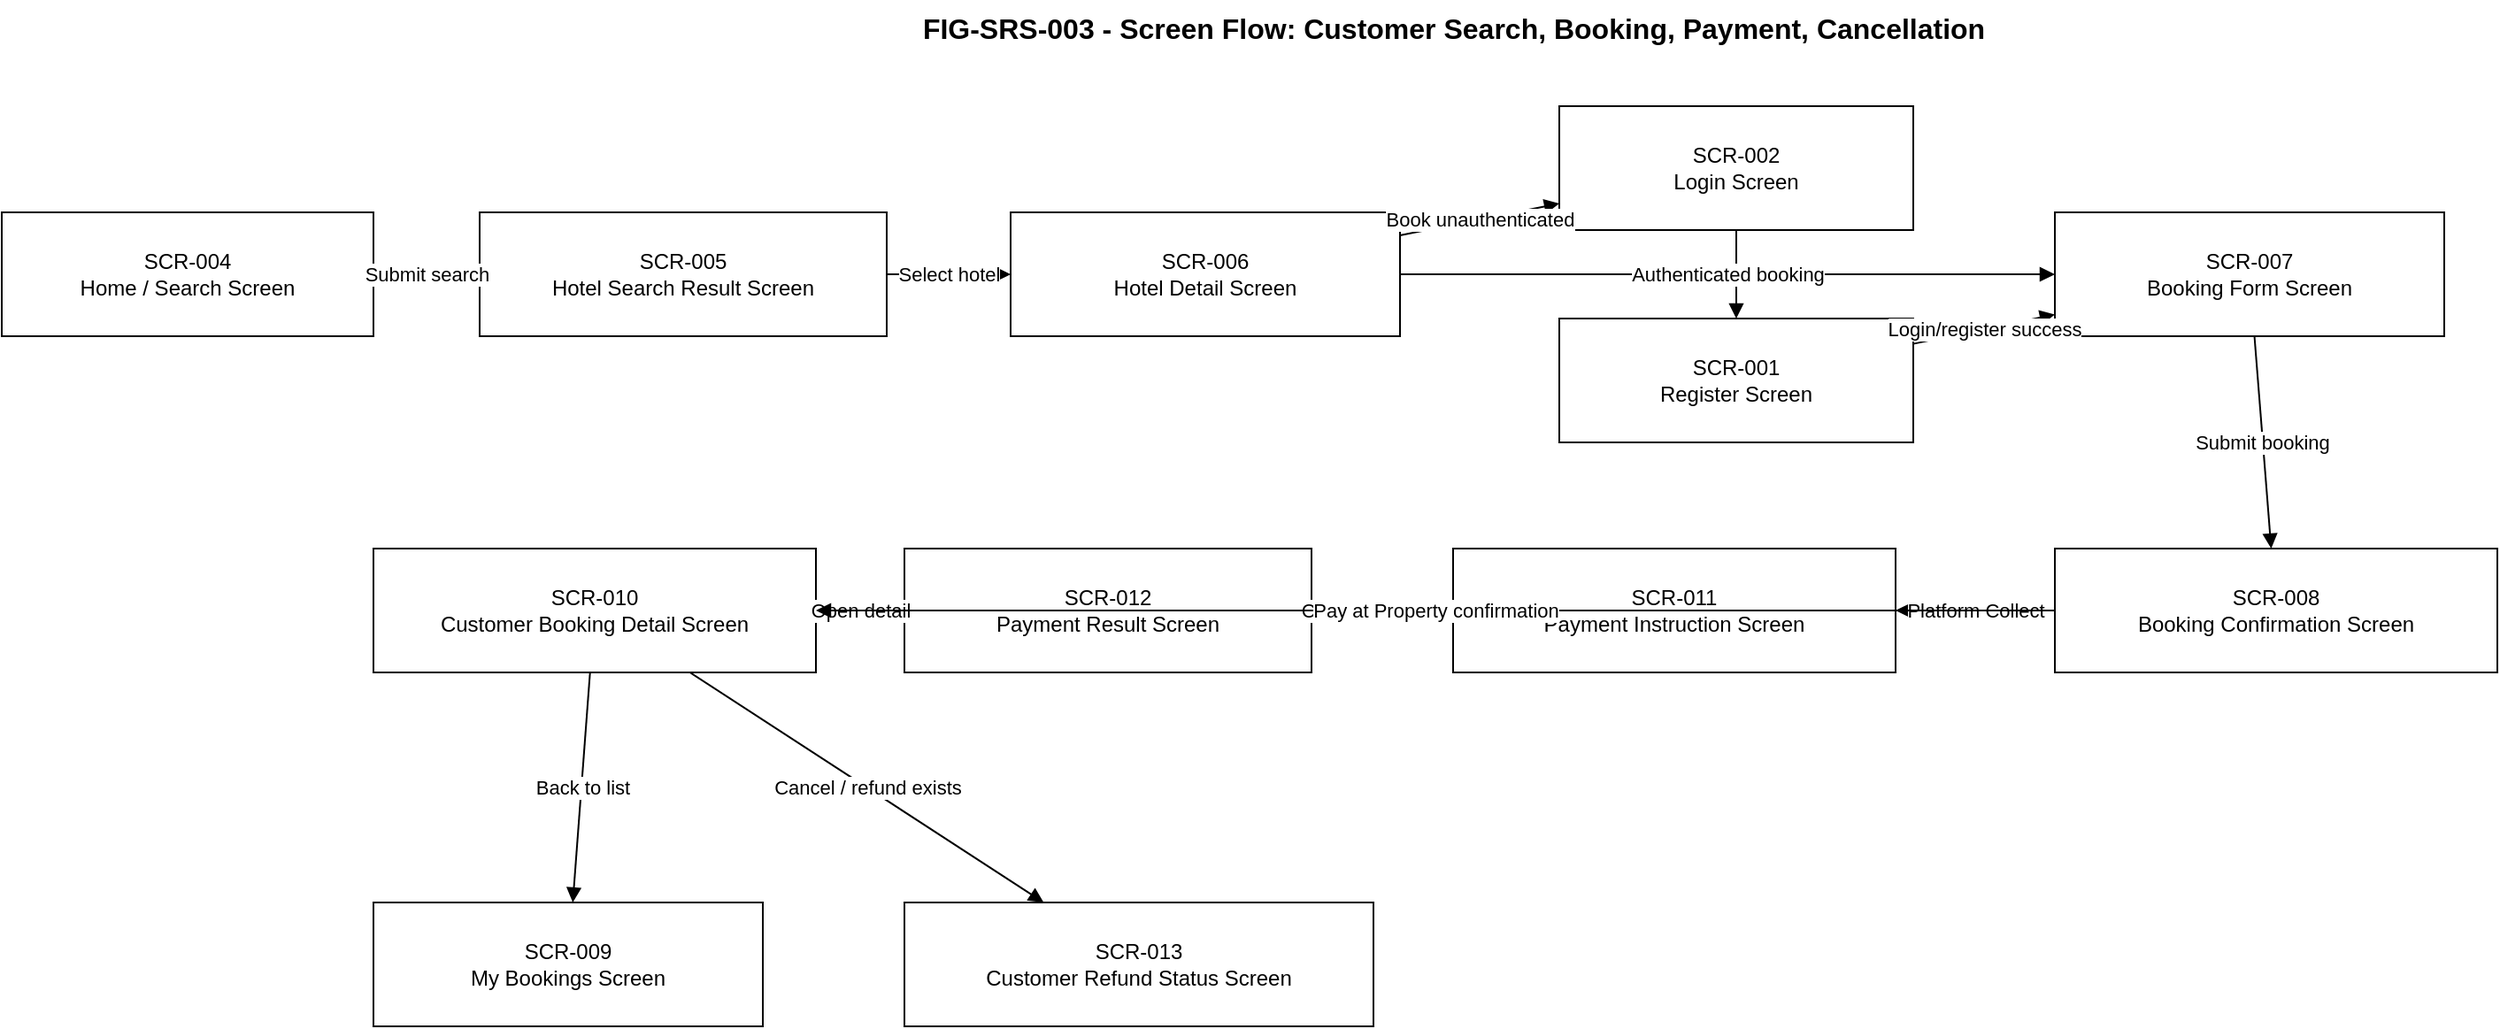
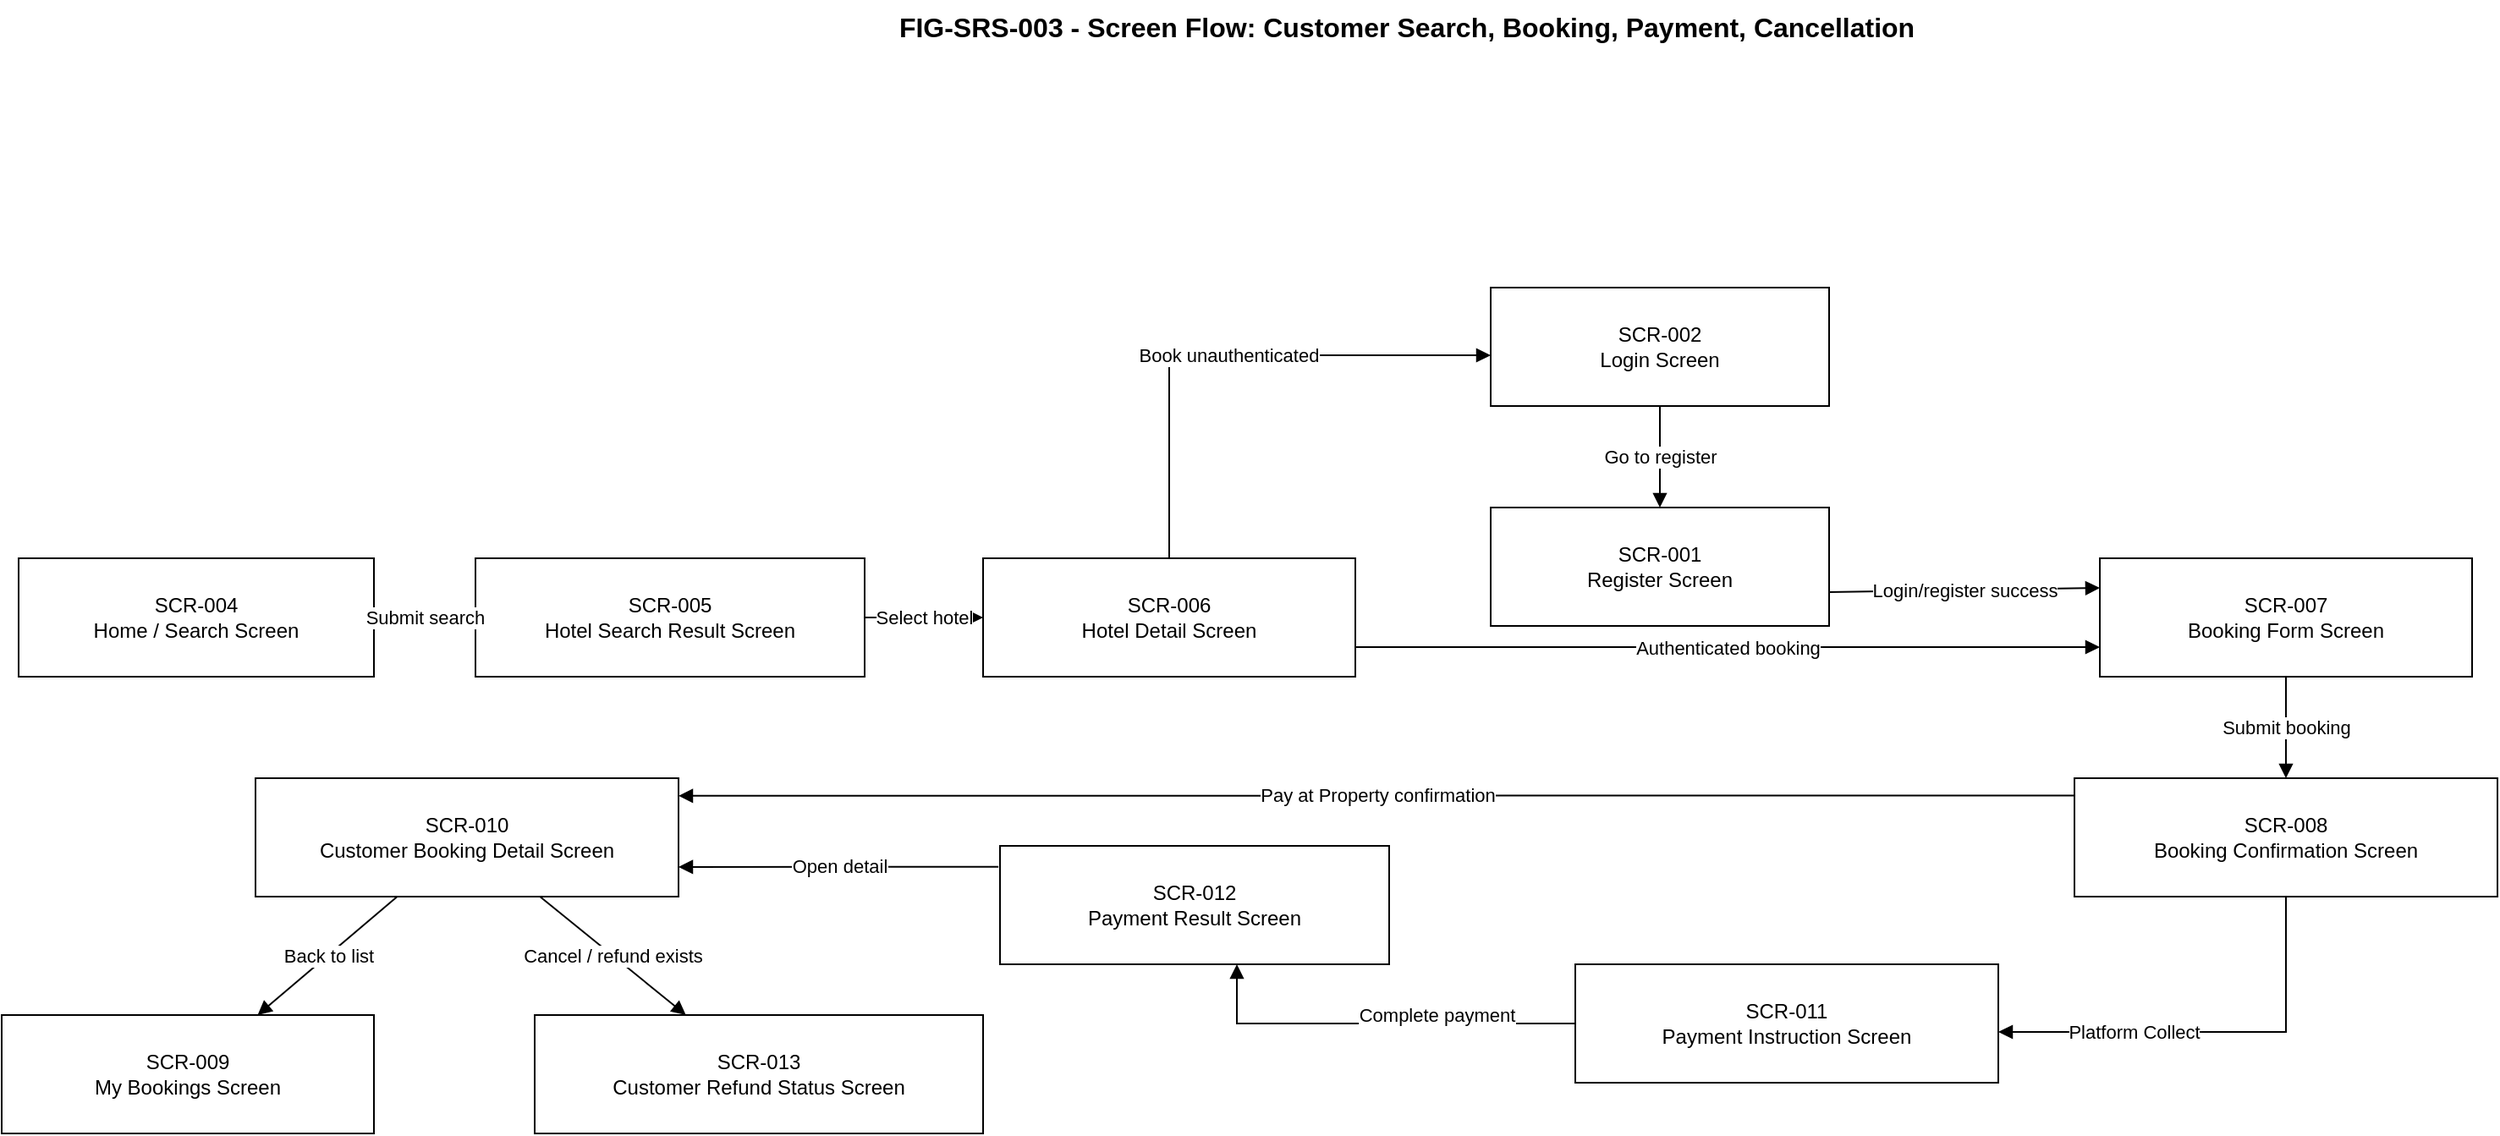
- <mxfile host="app.diagrams.net"><diagram name="FIG-SRS-003 - Customer Screen Flow"><mxGraphModel dx="1200" dy="800" grid="1" gridSize="10" guides="1" tooltips="1" connect="1" arrows="1" fold="1" page="1" pageScale="1" pageWidth="1800" pageHeight="1000" math="0" shadow="0"><root>
- <mxCell id="0"/><mxCell id="1" parent="0"/>
- <mxCell id="title" value="FIG-SRS-003 - Screen Flow: Customer Search, Booking, Payment, Cancellation" style="text;html=1;strokeColor=none;fillColor=none;fontSize=16;fontStyle=1;align=center;" vertex="1" parent="1"><mxGeometry x="330" y="30" width="1140" height="40" as="geometry"/></mxCell>
- <mxCell id="scr_004" value="SCR-004&#xa;Home / Search Screen" style="rounded=0;whiteSpace=wrap;html=1;fontSize=12;" vertex="1" parent="1"><mxGeometry x="80" y="150" width="210" height="70" as="geometry"/></mxCell>
- <mxCell id="scr_005" value="SCR-005&#xa;Hotel Search Result Screen" style="rounded=0;whiteSpace=wrap;html=1;fontSize=12;" vertex="1" parent="1"><mxGeometry x="350" y="150" width="230" height="70" as="geometry"/></mxCell>
- <mxCell id="scr_006" value="SCR-006&#xa;Hotel Detail Screen" style="rounded=0;whiteSpace=wrap;html=1;fontSize=12;" vertex="1" parent="1"><mxGeometry x="650" y="150" width="220" height="70" as="geometry"/></mxCell>
- <mxCell id="scr_002" value="SCR-002&#xa;Login Screen" style="rounded=0;whiteSpace=wrap;html=1;fontSize=12;" vertex="1" parent="1"><mxGeometry x="960" y="90" width="200" height="70" as="geometry"/></mxCell>
- <mxCell id="scr_001" value="SCR-001&#xa;Register Screen" style="rounded=0;whiteSpace=wrap;html=1;fontSize=12;" vertex="1" parent="1"><mxGeometry x="960" y="210" width="200" height="70" as="geometry"/></mxCell>
- <mxCell id="scr_007" value="SCR-007&#xa;Booking Form Screen" style="rounded=0;whiteSpace=wrap;html=1;fontSize=12;" vertex="1" parent="1"><mxGeometry x="1240" y="150" width="220" height="70" as="geometry"/></mxCell>
- <mxCell id="scr_008" value="SCR-008&#xa;Booking Confirmation Screen" style="rounded=0;whiteSpace=wrap;html=1;fontSize=12;" vertex="1" parent="1"><mxGeometry x="1240" y="340" width="250" height="70" as="geometry"/></mxCell>
- <mxCell id="scr_011" value="SCR-011&#xa;Payment Instruction Screen" style="rounded=0;whiteSpace=wrap;html=1;fontSize=12;" vertex="1" parent="1"><mxGeometry x="900" y="340" width="250" height="70" as="geometry"/></mxCell>
- <mxCell id="scr_012" value="SCR-012&#xa;Payment Result Screen" style="rounded=0;whiteSpace=wrap;html=1;fontSize=12;" vertex="1" parent="1"><mxGeometry x="590" y="340" width="230" height="70" as="geometry"/></mxCell>
- <mxCell id="scr_010" value="SCR-010&#xa;Customer Booking Detail Screen" style="rounded=0;whiteSpace=wrap;html=1;fontSize=12;" vertex="1" parent="1"><mxGeometry x="290" y="340" width="250" height="70" as="geometry"/></mxCell>
- <mxCell id="scr_009" value="SCR-009&#xa;My Bookings Screen" style="rounded=0;whiteSpace=wrap;html=1;fontSize=12;" vertex="1" parent="1"><mxGeometry x="290" y="540" width="220" height="70" as="geometry"/></mxCell>
- <mxCell id="scr_013" value="SCR-013&#xa;Customer Refund Status Screen" style="rounded=0;whiteSpace=wrap;html=1;fontSize=12;" vertex="1" parent="1"><mxGeometry x="590" y="540" width="265" height="70" as="geometry"/></mxCell>
- <mxCell id="e1" value="Submit search" style="endArrow=block;html=1;rounded=0;fontSize=11;" edge="1" parent="1" source="scr_004" target="scr_005"><mxGeometry relative="1" as="geometry"/></mxCell>
- <mxCell id="e2" value="Select hotel" style="endArrow=block;html=1;rounded=0;fontSize=11;" edge="1" parent="1" source="scr_005" target="scr_006"><mxGeometry relative="1" as="geometry"/></mxCell>
- <mxCell id="e3" value="Book unauthenticated" style="endArrow=block;html=1;rounded=0;fontSize=11;" edge="1" parent="1" source="scr_006" target="scr_002"><mxGeometry relative="1" as="geometry"/></mxCell>
- <mxCell id="e4" value="Go to register" style="endArrow=block;html=1;rounded=0;fontSize=11;" edge="1" parent="1" source="scr_002" target="scr_001"><mxGeometry relative="1" as="geometry"/></mxCell>
- <mxCell id="e5" value="Login/register success" style="endArrow=block;html=1;rounded=0;fontSize=11;" edge="1" parent="1" source="scr_001" target="scr_007"><mxGeometry relative="1" as="geometry"/></mxCell>
- <mxCell id="e6" value="Authenticated booking" style="endArrow=block;html=1;rounded=0;fontSize=11;" edge="1" parent="1" source="scr_006" target="scr_007"><mxGeometry relative="1" as="geometry"/></mxCell>
- <mxCell id="e7" value="Submit booking" style="endArrow=block;html=1;rounded=0;fontSize=11;" edge="1" parent="1" source="scr_007" target="scr_008"><mxGeometry relative="1" as="geometry"/></mxCell>
- <mxCell id="e8" value="Platform Collect" style="endArrow=block;html=1;rounded=0;fontSize=11;" edge="1" parent="1" source="scr_008" target="scr_011"><mxGeometry relative="1" as="geometry"/></mxCell>
- <mxCell id="e9" value="Complete payment" style="endArrow=block;html=1;rounded=0;fontSize=11;" edge="1" parent="1" source="scr_011" target="scr_012"><mxGeometry relative="1" as="geometry"/></mxCell>
- <mxCell id="e10" value="Open detail" style="endArrow=block;html=1;rounded=0;fontSize=11;" edge="1" parent="1" source="scr_012" target="scr_010"><mxGeometry relative="1" as="geometry"/></mxCell>
- <mxCell id="e11" value="Pay at Property confirmation" style="endArrow=block;html=1;rounded=0;fontSize=11;" edge="1" parent="1" source="scr_008" target="scr_010"><mxGeometry relative="1" as="geometry"/></mxCell>
- <mxCell id="e12" value="Back to list" style="endArrow=block;html=1;rounded=0;fontSize=11;" edge="1" parent="1" source="scr_010" target="scr_009"><mxGeometry relative="1" as="geometry"/></mxCell>
- <mxCell id="e13" value="Cancel / refund exists" style="endArrow=block;html=1;rounded=0;fontSize=11;" edge="1" parent="1" source="scr_010" target="scr_013"><mxGeometry relative="1" as="geometry"/></mxCell>
- </root></mxGraphModel></diagram></mxfile>
+ <mxfile host="Electron" agent="Mozilla/5.0 (Windows NT 10.0; Win64; x64) AppleWebKit/537.36 (KHTML, like Gecko) draw.io/29.6.6 Chrome/144.0.7559.236 Electron/40.8.4 Safari/537.36" version="29.6.6">
+   <diagram name="FIG-SRS-003 - Customer Screen Flow" id="0">
+     <mxGraphModel dx="1737" dy="1043" grid="1" gridSize="10" guides="1" tooltips="1" connect="1" arrows="1" fold="1" page="1" pageScale="1" pageWidth="1800" pageHeight="1000" math="0" shadow="0">
+       <root>
+         <mxCell id="0" />
+         <mxCell id="1" parent="0" />
+         <mxCell id="title" parent="1" style="text;html=1;strokeColor=none;fillColor=none;fontSize=16;fontStyle=1;align=center;" value="FIG-SRS-003 - Screen Flow: Customer Search, Booking, Payment, Cancellation" vertex="1">
+           <mxGeometry height="40" width="1140" x="330" y="30" as="geometry" />
+         </mxCell>
+         <mxCell id="scr_004" parent="1" style="rounded=0;whiteSpace=wrap;html=1;fontSize=12;" value="SCR-004&#xa;Home / Search Screen" vertex="1">
+           <mxGeometry height="70" width="210" x="80" y="360" as="geometry" />
+         </mxCell>
+         <mxCell id="scr_005" parent="1" style="rounded=0;whiteSpace=wrap;html=1;fontSize=12;" value="SCR-005&#xa;Hotel Search Result Screen" vertex="1">
+           <mxGeometry height="70" width="230" x="350" y="360" as="geometry" />
+         </mxCell>
+         <mxCell id="scr_006" parent="1" style="rounded=0;whiteSpace=wrap;html=1;fontSize=12;" value="SCR-006&#xa;Hotel Detail Screen" vertex="1">
+           <mxGeometry height="70" width="220" x="650" y="360" as="geometry" />
+         </mxCell>
+         <mxCell id="scr_002" parent="1" style="rounded=0;whiteSpace=wrap;html=1;fontSize=12;" value="SCR-002&#xa;Login Screen" vertex="1">
+           <mxGeometry height="70" width="200" x="950" y="200" as="geometry" />
+         </mxCell>
+         <mxCell id="scr_001" parent="1" style="rounded=0;whiteSpace=wrap;html=1;fontSize=12;" value="SCR-001&#xa;Register Screen" vertex="1">
+           <mxGeometry height="70" width="200" x="950" y="330" as="geometry" />
+         </mxCell>
+         <mxCell id="scr_007" parent="1" style="rounded=0;whiteSpace=wrap;html=1;fontSize=12;" value="SCR-007&#xa;Booking Form Screen" vertex="1">
+           <mxGeometry height="70" width="220" x="1310" y="360" as="geometry" />
+         </mxCell>
+         <mxCell id="scr_008" parent="1" style="rounded=0;whiteSpace=wrap;html=1;fontSize=12;" value="SCR-008&#xa;Booking Confirmation Screen" vertex="1">
+           <mxGeometry height="70" width="250" x="1295" y="490" as="geometry" />
+         </mxCell>
+         <mxCell id="scr_011" parent="1" style="rounded=0;whiteSpace=wrap;html=1;fontSize=12;" value="SCR-011&#xa;Payment Instruction Screen" vertex="1">
+           <mxGeometry height="70" width="250" x="1000" y="600" as="geometry" />
+         </mxCell>
+         <mxCell id="scr_012" parent="1" style="rounded=0;whiteSpace=wrap;html=1;fontSize=12;" value="SCR-012&#xa;Payment Result Screen" vertex="1">
+           <mxGeometry height="70" width="230" x="660" y="530" as="geometry" />
+         </mxCell>
+         <mxCell id="scr_010" parent="1" style="rounded=0;whiteSpace=wrap;html=1;fontSize=12;" value="SCR-010&#xa;Customer Booking Detail Screen" vertex="1">
+           <mxGeometry height="70" width="250" x="220" y="490" as="geometry" />
+         </mxCell>
+         <mxCell id="scr_009" parent="1" style="rounded=0;whiteSpace=wrap;html=1;fontSize=12;" value="SCR-009&#xa;My Bookings Screen" vertex="1">
+           <mxGeometry height="70" width="220" x="70" y="630" as="geometry" />
+         </mxCell>
+         <mxCell id="scr_013" parent="1" style="rounded=0;whiteSpace=wrap;html=1;fontSize=12;" value="SCR-013&#xa;Customer Refund Status Screen" vertex="1">
+           <mxGeometry height="70" width="265" x="385" y="630" as="geometry" />
+         </mxCell>
+         <mxCell id="e1" edge="1" parent="1" source="scr_004" style="endArrow=block;html=1;rounded=0;fontSize=11;" target="scr_005" value="Submit search">
+           <mxGeometry relative="1" as="geometry" />
+         </mxCell>
+         <mxCell id="e2" edge="1" parent="1" source="scr_005" style="endArrow=block;html=1;rounded=0;fontSize=11;" target="scr_006" value="Select hotel">
+           <mxGeometry relative="1" as="geometry" />
+         </mxCell>
+         <mxCell id="e3" edge="1" parent="1" source="scr_006" style="endArrow=block;html=1;rounded=0;fontSize=11;edgeStyle=orthogonalEdgeStyle;" target="scr_002" value="Book unauthenticated">
+           <mxGeometry relative="1" as="geometry">
+             <Array as="points">
+               <mxPoint x="760" y="240" />
+             </Array>
+           </mxGeometry>
+         </mxCell>
+         <mxCell id="e4" edge="1" parent="1" source="scr_002" style="endArrow=block;html=1;rounded=0;fontSize=11;" target="scr_001" value="Go to register">
+           <mxGeometry relative="1" as="geometry" />
+         </mxCell>
+         <mxCell id="e5" edge="1" parent="1" source="scr_001" style="endArrow=block;html=1;rounded=0;fontSize=11;entryX=0;entryY=0.25;entryDx=0;entryDy=0;exitX=1;exitY=0.714;exitDx=0;exitDy=0;exitPerimeter=0;" target="scr_007" value="Login/register success">
+           <mxGeometry relative="1" as="geometry" />
+         </mxCell>
+         <mxCell id="e6" edge="1" parent="1" source="scr_006" style="endArrow=block;html=1;rounded=0;fontSize=11;exitX=1;exitY=0.75;exitDx=0;exitDy=0;entryX=0;entryY=0.75;entryDx=0;entryDy=0;" target="scr_007" value="Authenticated booking">
+           <mxGeometry relative="1" as="geometry" />
+         </mxCell>
+         <mxCell id="e7" edge="1" parent="1" source="scr_007" style="endArrow=block;html=1;rounded=0;fontSize=11;" target="scr_008" value="Submit booking">
+           <mxGeometry relative="1" as="geometry" />
+         </mxCell>
+         <mxCell id="e8" edge="1" parent="1" source="scr_008" style="endArrow=block;html=1;rounded=0;fontSize=11;edgeStyle=orthogonalEdgeStyle;" target="scr_011" value="Platform Collect">
+           <mxGeometry relative="1" x="0.3599" as="geometry">
+             <mxPoint as="offset" />
+             <Array as="points">
+               <mxPoint x="1420" y="640" />
+             </Array>
+           </mxGeometry>
+         </mxCell>
+         <mxCell id="e9" edge="1" parent="1" source="scr_011" style="endArrow=block;html=1;rounded=0;fontSize=11;edgeStyle=orthogonalEdgeStyle;" target="scr_012" value="Complete payment">
+           <mxGeometry relative="1" x="-0.2982" y="-5" as="geometry">
+             <mxPoint as="offset" />
+             <Array as="points">
+               <mxPoint x="800" y="635" />
+             </Array>
+           </mxGeometry>
+         </mxCell>
+         <mxCell id="e10" edge="1" parent="1" source="scr_012" style="endArrow=block;html=1;rounded=0;fontSize=11;entryX=1;entryY=0.75;entryDx=0;entryDy=0;exitX=-0.004;exitY=0.176;exitDx=0;exitDy=0;exitPerimeter=0;" target="scr_010" value="Open detail">
+           <mxGeometry relative="1" as="geometry" />
+         </mxCell>
+         <mxCell id="e11" edge="1" parent="1" source="scr_008" style="endArrow=block;html=1;rounded=0;fontSize=11;entryX=1;entryY=0.149;entryDx=0;entryDy=0;entryPerimeter=0;exitX=0.002;exitY=0.146;exitDx=0;exitDy=0;exitPerimeter=0;" target="scr_010" value="Pay at Property confirmation">
+           <mxGeometry relative="1" as="geometry" />
+         </mxCell>
+         <mxCell id="e12" edge="1" parent="1" source="scr_010" style="endArrow=block;html=1;rounded=0;fontSize=11;" target="scr_009" value="Back to list">
+           <mxGeometry relative="1" as="geometry" />
+         </mxCell>
+         <mxCell id="e13" edge="1" parent="1" source="scr_010" style="endArrow=block;html=1;rounded=0;fontSize=11;" target="scr_013" value="Cancel / refund exists">
+           <mxGeometry relative="1" as="geometry" />
+         </mxCell>
+       </root>
+     </mxGraphModel>
+   </diagram>
+ </mxfile>
